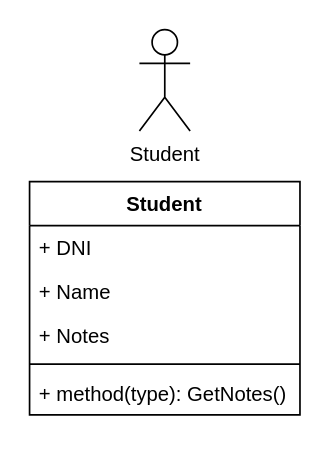
DiazMan27/LeandroDiazDS keeps this draw.io diagram as Diagram.drawio. Above is the earlier version. Source tidied: cells renumbered, new cells numbered last; positions are measured from the earlier drawing's top-left corner, leaving out a move shared by most shapes. Both pictures are drawn from the tidied source at 169%, with x=0, y=0 at pixel (29, 29).
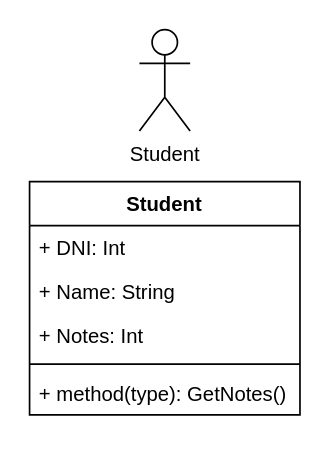
The same page after the edit.

The edit, as a diff of the source:
```diff
@@
 <mxGraphModel>
   <root>
     <mxCell id="0" />
     <mxCell id="1" parent="0" />
     <mxCell id="2" value="Student" style="shape=umlActor;verticalLabelPosition=bottom;verticalAlign=top;html=1;" parent="1" vertex="1">
       <mxGeometry x="65" width="30" height="60" as="geometry" />
     </mxCell>
     <mxCell id="3" value="Student" style="swimlane;fontStyle=1;align=center;verticalAlign=top;horizontal=1;startSize=26;" parent="1" vertex="1">
       <mxGeometry y="90" width="160" height="138" as="geometry" />
     </mxCell>
-    <mxCell id="4" value="+ DNI" style="text;strokeColor=none;fillColor=none;align=left;verticalAlign=top;spacingLeft=4;spacingRight=4;overflow=hidden;" parent="3" vertex="1">
+    <mxCell id="4" value="+ DNI: Int" style="text;strokeColor=none;fillColor=none;align=left;verticalAlign=top;spacingLeft=4;spacingRight=4;overflow=hidden;" parent="3" vertex="1">
       <mxGeometry y="26" width="160" height="26" as="geometry" />
     </mxCell>
-    <mxCell id="5" value="+ Name" style="text;strokeColor=none;fillColor=none;align=left;verticalAlign=top;spacingLeft=4;spacingRight=4;overflow=hidden;" parent="3" vertex="1">
+    <mxCell id="5" value="+ Name: String" style="text;strokeColor=none;fillColor=none;align=left;verticalAlign=top;spacingLeft=4;spacingRight=4;overflow=hidden;" parent="3" vertex="1">
       <mxGeometry y="52" width="160" height="26" as="geometry" />
     </mxCell>
-    <mxCell id="6" value="+ Notes" style="text;strokeColor=none;fillColor=none;align=left;verticalAlign=top;spacingLeft=4;spacingRight=4;overflow=hidden;" parent="3" vertex="1">
+    <mxCell id="6" value="+ Notes: Int" style="text;strokeColor=none;fillColor=none;align=left;verticalAlign=top;spacingLeft=4;spacingRight=4;overflow=hidden;" parent="3" vertex="1">
       <mxGeometry y="78" width="160" height="26" as="geometry" />
     </mxCell>
     <mxCell id="7" style="line;strokeWidth=1;fillColor=none;align=left;verticalAlign=middle;spacingTop=-1;spacingLeft=3;spacingRight=3;labelPosition=right;strokeColor=inherit;" parent="3" vertex="1">
       <mxGeometry y="104" width="160" height="8" as="geometry" />
     </mxCell>
     <mxCell id="8" value="+ method(type): GetNotes()" style="text;strokeColor=none;fillColor=none;align=left;verticalAlign=top;spacingLeft=4;spacingRight=4;overflow=hidden;" parent="3" vertex="1">
       <mxGeometry y="112" width="160" height="26" as="geometry" />
     </mxCell>
   </root>
 </mxGraphModel>
```
